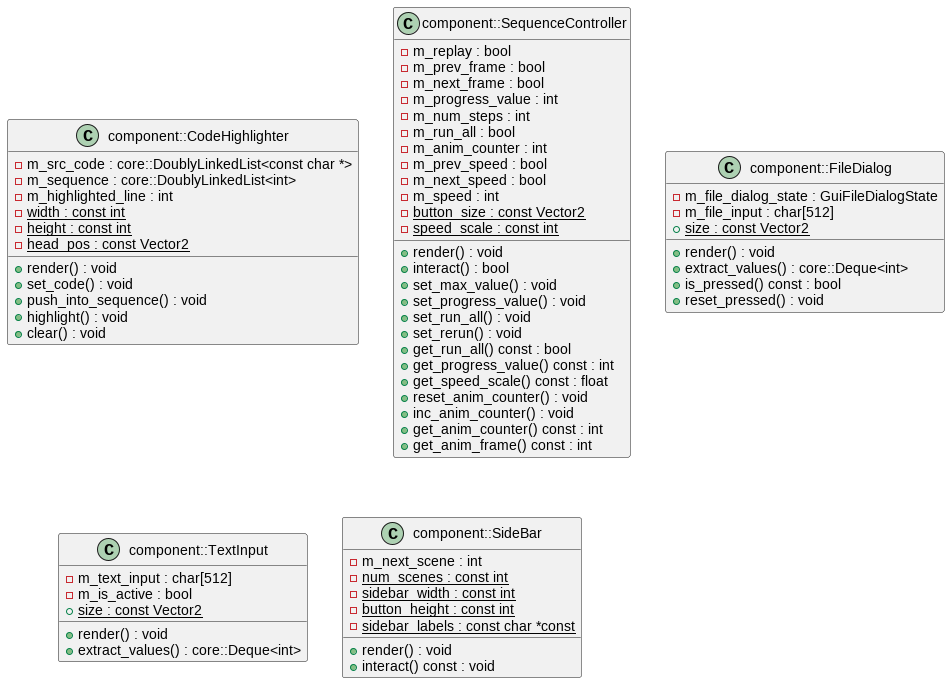
jalsol/jalviz keeps this PlantUML diagram as docs/diagrams/component.png. Above is the earlier version. The source it was exported from:
```plantuml
@startuml
class "component::CodeHighlighter" as C_0002054133981456560134
class C_0002054133981456560134 {
+render() : void
+set_code() : void
+push_into_sequence() : void
+highlight() : void
+clear() : void
-m_src_code : core::DoublyLinkedList<const char *>
-m_sequence : core::DoublyLinkedList<int>
-m_highlighted_line : int
{static} -width : const int
{static} -height : const int
{static} -head_pos : const Vector2
}
class "component::SequenceController" as C_0000345155806459925692
class C_0000345155806459925692 {
+render() : void
+interact() : bool
+set_max_value() : void
+set_progress_value() : void
+set_run_all() : void
+set_rerun() : void
+get_run_all() const : bool
+get_progress_value() const : int
+get_speed_scale() const : float
+reset_anim_counter() : void
+inc_anim_counter() : void
+get_anim_counter() const : int
+get_anim_frame() const : int
-m_replay : bool
-m_prev_frame : bool
-m_next_frame : bool
-m_progress_value : int
-m_num_steps : int
-m_run_all : bool
-m_anim_counter : int
-m_prev_speed : bool
-m_next_speed : bool
-m_speed : int
{static} -button_size : const Vector2
{static} -speed_scale : const int
}
class "component::FileDialog" as C_0002086019584566554074
class C_0002086019584566554074 {
+render() : void
+extract_values() : core::Deque<int>
+is_pressed() const : bool
+reset_pressed() : void
-m_file_dialog_state : GuiFileDialogState
-m_file_input : char[512]
{static} +size : const Vector2
}
class "component::TextInput" as C_0002253310056810959814
class C_0002253310056810959814 {
+render() : void
+extract_values() : core::Deque<int>
-m_text_input : char[512]
-m_is_active : bool
{static} +size : const Vector2
}
class "component::SideBar" as C_0000536568757236472708
class C_0000536568757236472708 {
+render() : void
+interact() const : void
-m_next_scene : int
{static} -num_scenes : const int
{static} -sidebar_width : const int
{static} -button_height : const int
{static} -sidebar_labels : const char *const
}
@enduml
```
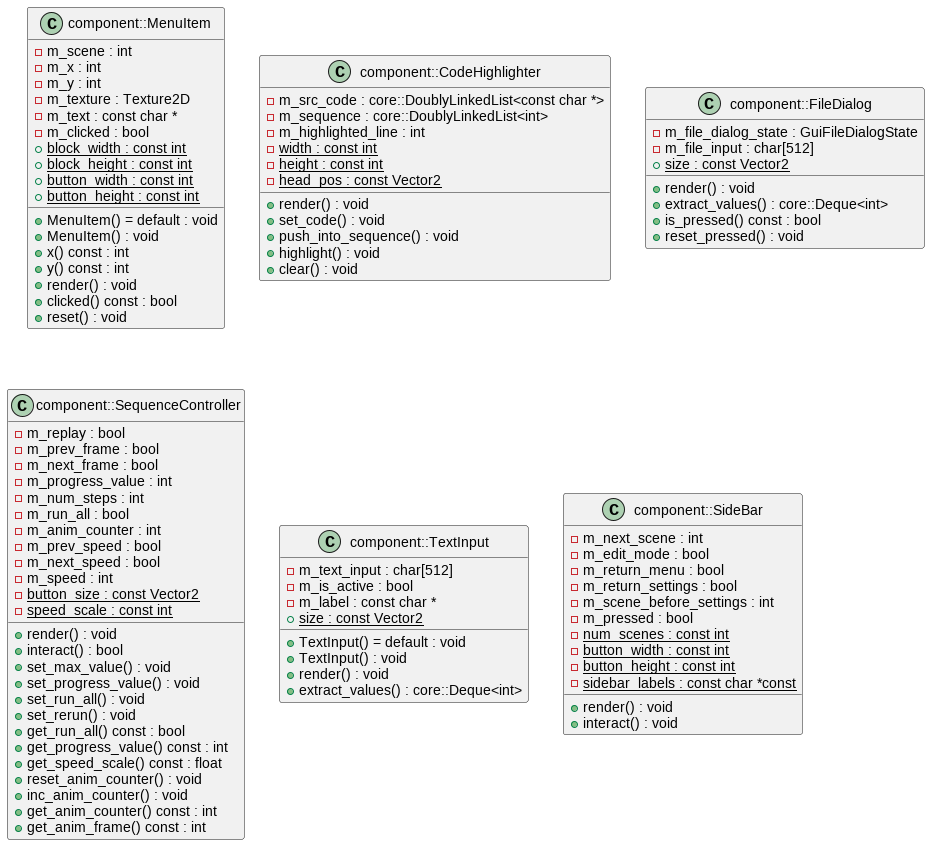
Above is the later version.

Diff of the diagram source:
```diff
@@ -1,4 +1,24 @@
 @startuml
+class "component::MenuItem" as C_0000838521297003920901
+class C_0000838521297003920901 {
++MenuItem() = default : void
++MenuItem() : void
++x() const : int
++y() const : int
++render() : void
++clicked() const : bool
++reset() : void
+-m_scene : int
+-m_x : int
+-m_y : int
+-m_texture : Texture2D
+-m_text : const char *
+-m_clicked : bool
+{static} +block_width : const int
+{static} +block_height : const int
+{static} +button_width : const int
+{static} +button_height : const int
+}
 class "component::CodeHighlighter" as C_0002054133981456560134
 class C_0002054133981456560134 {
 +render() : void
@@ -12,6 +32,16 @@
 {static} -width : const int
 {static} -height : const int
 {static} -head_pos : const Vector2
+}
+class "component::FileDialog" as C_0002086019584566554074
+class C_0002086019584566554074 {
++render() : void
++extract_values() : core::Deque<int>
++is_pressed() const : bool
++reset_pressed() : void
+-m_file_dialog_state : GuiFileDialogState
+-m_file_input : char[512]
+{static} +size : const Vector2
 }
 class "component::SequenceController" as C_0000345155806459925692
 class C_0000345155806459925692 {
@@ -41,31 +71,29 @@
 {static} -button_size : const Vector2
 {static} -speed_scale : const int
 }
-class "component::FileDialog" as C_0002086019584566554074
-class C_0002086019584566554074 {
-+render() : void
-+extract_values() : core::Deque<int>
-+is_pressed() const : bool
-+reset_pressed() : void
--m_file_dialog_state : GuiFileDialogState
--m_file_input : char[512]
-{static} +size : const Vector2
-}
 class "component::TextInput" as C_0002253310056810959814
 class C_0002253310056810959814 {
++TextInput() = default : void
++TextInput() : void
 +render() : void
 +extract_values() : core::Deque<int>
 -m_text_input : char[512]
 -m_is_active : bool
+-m_label : const char *
 {static} +size : const Vector2
 }
 class "component::SideBar" as C_0000536568757236472708
 class C_0000536568757236472708 {
 +render() : void
-+interact() const : void
++interact() : void
 -m_next_scene : int
+-m_edit_mode : bool
+-m_return_menu : bool
+-m_return_settings : bool
+-m_scene_before_settings : int
+-m_pressed : bool
 {static} -num_scenes : const int
-{static} -sidebar_width : const int
+{static} -button_width : const int
 {static} -button_height : const int
 {static} -sidebar_labels : const char *const
 }
```
